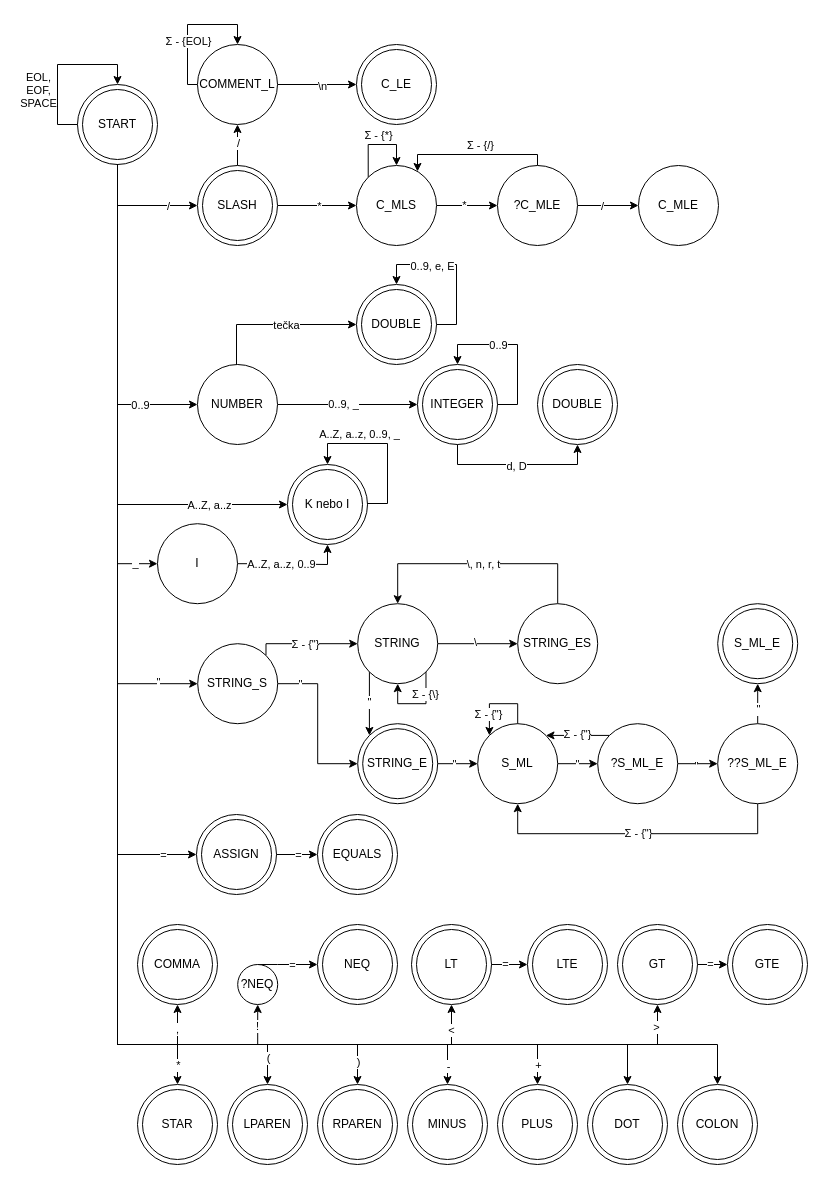
The draw.io diagram doc/other/lexer.drawio in Zero5G/ifj-project, before the edit. Source tidied: cells renumbered, new cells numbered last; positions are measured from the earlier drawing's top-left corner, leaving out a move shared by most shapes. Both pictures are drawn from the tidied source at 100%, with x=0, y=0 at pixel (57, 24).
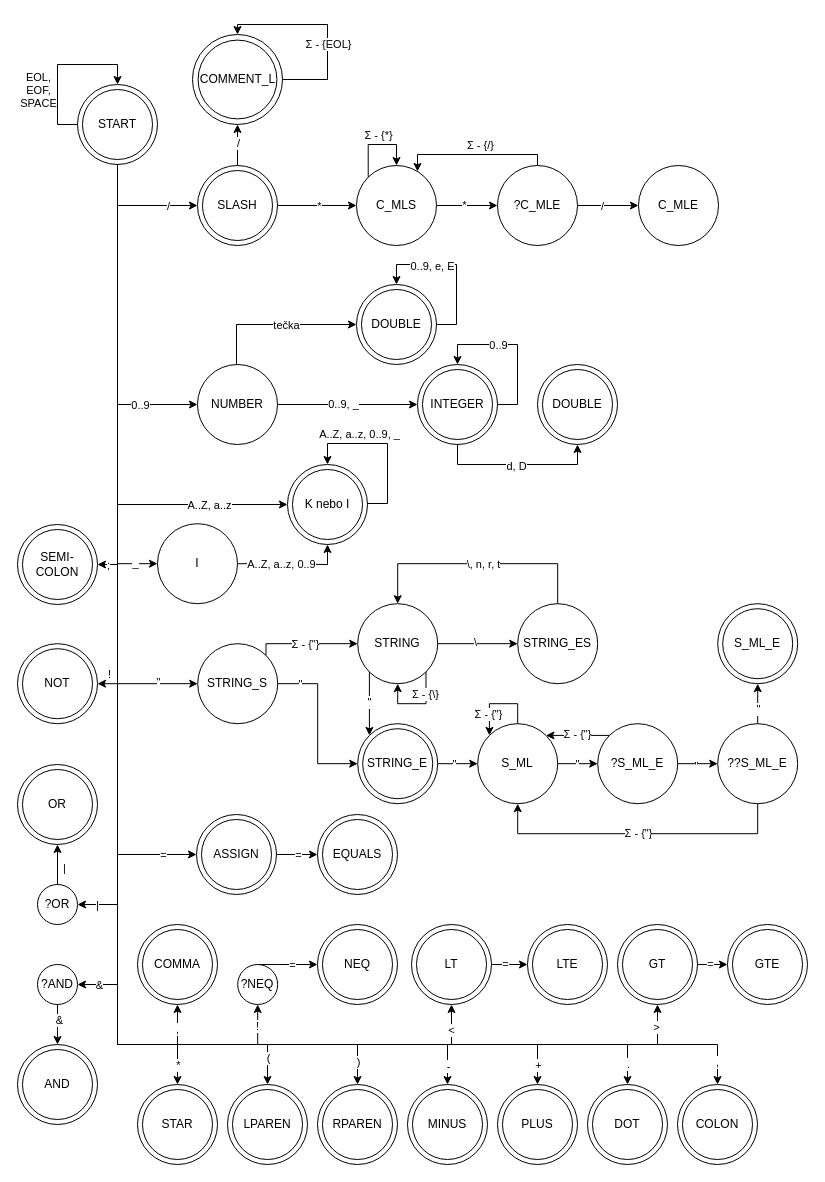
The same diagram, later.

Commit message (it also covers changes not shown here):
fsm: update + export

The change refers to these unchanged cells:
```xml
<mxCell id="43" style="group;" parent="1" vertex="1">
  <mxGeometry x="20" y="60" width="80" height="80" as="geometry" />
</mxCell>
<mxCell id="44" style="ellipse;whiteSpace=wrap;html=1;shapeInside=1;" parent="43" vertex="1">
  <mxGeometry width="80" height="80" as="geometry" />
</mxCell>
<mxCell id="117" style="ellipse;whiteSpace=wrap;html=1;shapeInside=1;" parent="116" vertex="1">
  <mxGeometry width="80" height="80" as="geometry" />
</mxCell>
<mxCell id="137" style="edgeStyle=orthogonalEdgeStyle;rounded=0;jettySize=auto;html=1;exitX=0.5;exitY=1;exitDx=0;exitDy=0;entryX=0.5;entryY=0;entryDx=0;entryDy=0;" parent="1" edge="1" source="44" target="135">
  <mxGeometry relative="1" as="geometry">
    <Array as="points">
      <mxPoint x="60" y="1020" />
      <mxPoint x="570" y="1020" />
    </Array>
  </mxGeometry>
</mxCell>
<mxCell id="141" style="edgeStyle=orthogonalEdgeStyle;rounded=0;jettySize=auto;html=1;exitX=0.5;exitY=1;exitDx=0;exitDy=0;entryX=0.5;entryY=0;entryDx=0;entryDy=0;" parent="1" edge="1" source="44" target="139">
  <mxGeometry relative="1" as="geometry">
    <Array as="points">
      <mxPoint x="60" y="1020" />
      <mxPoint x="660" y="1020" />
    </Array>
  </mxGeometry>
</mxCell>
```

Diff of the diagram source:
```diff
@@
-    <mxCell id="12" style="edgeStyle=orthogonalEdgeStyle;rounded=0;jettySize=auto;html=1;exitX=0.5;exitY=0;exitDx=0;exitDy=0;" parent="1" edge="1" source="117" target="53">
+    <mxCell id="12" style="edgeStyle=orthogonalEdgeStyle;rounded=0;jettySize=auto;html=1;exitX=0.5;exitY=0;exitDx=0;exitDy=0;entryX=0.5;entryY=1;entryDx=0;entryDy=0;" parent="1" edge="1" source="117" target="55">
       <mxGeometry relative="1" as="geometry">
         <Array as="points">
           <mxPoint x="180" y="125" />
           <mxPoint x="179.5" y="125" />
+          <mxPoint x="179.5" y="100" />
         </Array>
       </mxGeometry>
     </mxCell>
@@
-    <mxCell id="14" style="edgeStyle=orthogonalEdgeStyle;rounded=0;jettySize=auto;html=1;entryX=0;entryY=0.5;entryDx=0;entryDy=0;" parent="1" edge="1" source="53" target="55">
-      <mxGeometry relative="1" as="geometry" />
-    </mxCell>
-    <mxCell id="15" value="\n" style="edgeLabel;html=1;align=center;verticalAlign=middle;" parent="14" vertex="1">
-      <mxGeometry x="0.11" y="-1" relative="1" as="geometry" />
-    </mxCell>
@@
-    <mxCell id="34" style="edgeStyle=orthogonalEdgeStyle;rounded=0;orthogonalLoop=1;jettySize=auto;html=1;innerLoopWaypoints=1;exitX=0;exitY=0.5;exitDx=0;exitDy=0;" parent="1" edge="1" source="53" target="53">
-      <mxGeometry relative="1" as="geometry">
-        <Array as="points">
-          <mxPoint x="130" y="60" />
-          <mxPoint x="130" />
-          <mxPoint x="180" />
-        </Array>
-      </mxGeometry>
-    </mxCell>
-    <mxCell id="35" value="Σ - {EOL}" style="edgeLabel;html=1;align=center;verticalAlign=middle;" parent="34" vertex="1">
-      <mxGeometry x="-0.1" relative="1" as="geometry">
-        <mxPoint y="9" as="offset" />
-      </mxGeometry>
-    </mxCell>
@@
+    <mxCell id="185" style="edgeStyle=orthogonalEdgeStyle;rounded=0;jettySize=auto;html=1;exitX=0.5;exitY=1;exitDx=0;exitDy=0;" parent="43" edge="1" source="44">
+      <mxGeometry relative="1" as="geometry">
+        <mxPoint y="900" as="targetPoint" />
+        <Array as="points">
+          <mxPoint x="40" y="900" />
+        </Array>
+      </mxGeometry>
+    </mxCell>
+    <mxCell id="186" value="&amp;amp;" style="edgeLabel;html=1;align=center;verticalAlign=middle;" parent="185" vertex="1">
+      <mxGeometry x="0.95" relative="1" as="geometry" />
+    </mxCell>
@@
-    <mxCell id="53" value="COMMENT_L" style="ellipse;whiteSpace=wrap;html=1;shapeInside=1;" parent="1" vertex="1">
-      <mxGeometry x="140" y="20" width="80" height="80" as="geometry" />
-    </mxCell>
     <mxCell id="54" style="group;" parent="1" vertex="1">
-      <mxGeometry x="299" y="20" width="80" height="80" as="geometry" />
+      <mxGeometry x="135" y="10" width="90" height="90" as="geometry" />
     </mxCell>
     <mxCell id="55" style="ellipse;whiteSpace=wrap;html=1;shapeInside=1;" parent="54" vertex="1">
-      <mxGeometry width="80" height="80" as="geometry" />
+      <mxGeometry width="90" height="90" as="geometry" />
     </mxCell>
-    <mxCell id="56" value="C_LE" style="ellipse;whiteSpace=wrap;html=1;shapeInside=1;" parent="54" vertex="1">
-      <mxGeometry x="5" y="5" width="70" height="70" as="geometry" />
+    <mxCell id="56" value="COMMENT&lt;span style=&quot;text-decoration-line: inherit; background-color: transparent; color: light-dark(rgb(0, 0, 0), rgb(255, 255, 255));&quot;&gt;_L&lt;/span&gt;" style="ellipse;whiteSpace=wrap;html=1;shapeInside=1;" parent="54" vertex="1">
+      <mxGeometry x="5.6" y="5.6" width="78.8" height="78.8" as="geometry" />
     </mxCell>
+    <mxCell id="34" style="edgeStyle=orthogonalEdgeStyle;rounded=0;orthogonalLoop=1;jettySize=auto;html=1;innerLoopWaypoints=1;exitX=1;exitY=0.5;exitDx=0;exitDy=0;entryX=0.5;entryY=0;entryDx=0;entryDy=0;" parent="54" edge="1" source="55" target="55">
+      <mxGeometry relative="1" as="geometry">
+        <Array as="points">
+          <mxPoint x="135" y="45" />
+          <mxPoint x="135" y="-10" />
+          <mxPoint x="45" y="-10" />
+        </Array>
+      </mxGeometry>
+    </mxCell>
+    <mxCell id="35" value="Σ - {EOL}" style="edgeLabel;html=1;align=center;verticalAlign=middle;" parent="34" vertex="1">
+      <mxGeometry x="-0.1" relative="1" as="geometry">
+        <mxPoint y="9" as="offset" />
+      </mxGeometry>
+    </mxCell>
@@
+    <mxCell id="187" value="." style="edgeLabel;html=1;align=center;verticalAlign=middle;" parent="137" vertex="1">
+      <mxGeometry x="0.97" relative="1" as="geometry" />
+    </mxCell>
@@
+    <mxCell id="188" value="," style="edgeLabel;html=1;align=center;verticalAlign=middle;" parent="141" vertex="1">
+      <mxGeometry x="0.97" y="-1" relative="1" as="geometry" />
+    </mxCell>
@@
+    <mxCell id="189" style="edgeStyle=orthogonalEdgeStyle;rounded=0;jettySize=auto;html=1;exitX=0.5;exitY=1;exitDx=0;exitDy=0;entryX=0.5;entryY=0;entryDx=0;entryDy=0;" parent="1" edge="1" source="191" target="193">
+      <mxGeometry relative="1" as="geometry" />
+    </mxCell>
+    <mxCell id="190" value="&amp;amp;" style="edgeLabel;html=1;align=center;verticalAlign=middle;" parent="189" vertex="1">
+      <mxGeometry x="-0.27" y="1" relative="1" as="geometry" />
+    </mxCell>
+    <mxCell id="191" value="?AND" style="ellipse;whiteSpace=wrap;html=1;shapeInside=1;" parent="1" vertex="1">
+      <mxGeometry x="-20" y="940" width="40" height="40" as="geometry" />
+    </mxCell>
+    <mxCell id="192" style="group;" parent="1" vertex="1">
+      <mxGeometry x="-40" y="1020" width="80" height="80" as="geometry" />
+    </mxCell>
+    <mxCell id="193" style="ellipse;whiteSpace=wrap;html=1;shapeInside=1;" parent="192" vertex="1">
+      <mxGeometry width="80" height="80" as="geometry" />
+    </mxCell>
+    <mxCell id="194" value="AND" style="ellipse;whiteSpace=wrap;html=1;shapeInside=1;" parent="192" vertex="1">
+      <mxGeometry x="5" y="5" width="70" height="70" as="geometry" />
+    </mxCell>
+    <mxCell id="195" style="edgeStyle=orthogonalEdgeStyle;rounded=0;jettySize=auto;html=1;exitX=0.5;exitY=0;exitDx=0;exitDy=0;entryX=0.5;entryY=1;entryDx=0;entryDy=0;" parent="1" edge="1" source="197" target="201">
+      <mxGeometry relative="1" as="geometry" />
+    </mxCell>
+    <mxCell id="196" value="|" style="edgeLabel;html=1;align=center;verticalAlign=middle;" parent="195" vertex="1">
+      <mxGeometry x="-0.13" relative="1" as="geometry">
+        <mxPoint x="6" as="offset" />
+      </mxGeometry>
+    </mxCell>
+    <mxCell id="197" value="?OR" style="ellipse;whiteSpace=wrap;html=1;shapeInside=1;" parent="1" vertex="1">
+      <mxGeometry x="-20" y="860" width="40" height="40" as="geometry" />
+    </mxCell>
+    <mxCell id="198" style="edgeStyle=orthogonalEdgeStyle;rounded=0;jettySize=auto;html=1;exitX=0.5;exitY=1;exitDx=0;exitDy=0;entryX=1;entryY=0.5;entryDx=0;entryDy=0;" parent="1" edge="1" source="44" target="197">
+      <mxGeometry relative="1" as="geometry" />
+    </mxCell>
+    <mxCell id="199" value="|" style="edgeLabel;html=1;align=center;verticalAlign=middle;" parent="198" vertex="1">
+      <mxGeometry x="0.95" relative="1" as="geometry" />
+    </mxCell>
+    <mxCell id="200" style="group;" parent="1" vertex="1">
+      <mxGeometry x="-40" y="740" width="80" height="80" as="geometry" />
+    </mxCell>
+    <mxCell id="201" style="ellipse;whiteSpace=wrap;html=1;shapeInside=1;" parent="200" vertex="1">
+      <mxGeometry width="80" height="80" as="geometry" />
+    </mxCell>
+    <mxCell id="202" value="OR" style="ellipse;whiteSpace=wrap;html=1;shapeInside=1;" parent="200" vertex="1">
+      <mxGeometry x="5" y="5" width="70" height="70" as="geometry" />
+    </mxCell>
+    <mxCell id="203" style="group;" parent="1" vertex="1">
+      <mxGeometry x="-40" y="619.2" width="80" height="80" as="geometry" />
+    </mxCell>
+    <mxCell id="204" style="ellipse;whiteSpace=wrap;html=1;shapeInside=1;" parent="203" vertex="1">
+      <mxGeometry width="80" height="80" as="geometry" />
+    </mxCell>
+    <mxCell id="205" value="NOT" style="ellipse;whiteSpace=wrap;html=1;shapeInside=1;" parent="203" vertex="1">
+      <mxGeometry x="5" y="5" width="70" height="70" as="geometry" />
+    </mxCell>
+    <mxCell id="206" style="edgeStyle=orthogonalEdgeStyle;rounded=0;jettySize=auto;html=1;exitX=0.5;exitY=1;exitDx=0;exitDy=0;entryX=1;entryY=0.5;entryDx=0;entryDy=0;" parent="1" edge="1" source="44" target="204">
+      <mxGeometry relative="1" as="geometry" />
+    </mxCell>
+    <mxCell id="207" value="!" style="edgeLabel;html=1;align=center;verticalAlign=middle;" parent="206" vertex="1">
+      <mxGeometry x="0.96" relative="1" as="geometry">
+        <mxPoint y="-10" as="offset" />
+      </mxGeometry>
+    </mxCell>
+    <mxCell id="208" style="group;" parent="1" vertex="1">
+      <mxGeometry x="-40" y="500" width="80" height="80" as="geometry" />
+    </mxCell>
+    <mxCell id="209" style="ellipse;whiteSpace=wrap;html=1;shapeInside=1;" parent="208" vertex="1">
+      <mxGeometry width="80" height="80" as="geometry" />
+    </mxCell>
+    <mxCell id="210" value="SEMI-&lt;span style=&quot;text-decoration-line: inherit; background-color: transparent; color: light-dark(rgb(0, 0, 0), rgb(255, 255, 255));&quot;&gt;COLON&lt;/span&gt;" style="ellipse;whiteSpace=wrap;html=1;shapeInside=1;" parent="208" vertex="1">
+      <mxGeometry x="5" y="5" width="70" height="70" as="geometry" />
+    </mxCell>
+    <mxCell id="211" style="edgeStyle=orthogonalEdgeStyle;rounded=0;jettySize=auto;html=1;exitX=0.5;exitY=1;exitDx=0;exitDy=0;entryX=1;entryY=0.5;entryDx=0;entryDy=0;" parent="1" edge="1" source="44" target="209">
+      <mxGeometry relative="1" as="geometry" />
+    </mxCell>
+    <mxCell id="212" value=";" style="edgeLabel;html=1;align=center;verticalAlign=middle;" parent="211" vertex="1">
+      <mxGeometry x="0.95" relative="1" as="geometry" />
+    </mxCell>
```
